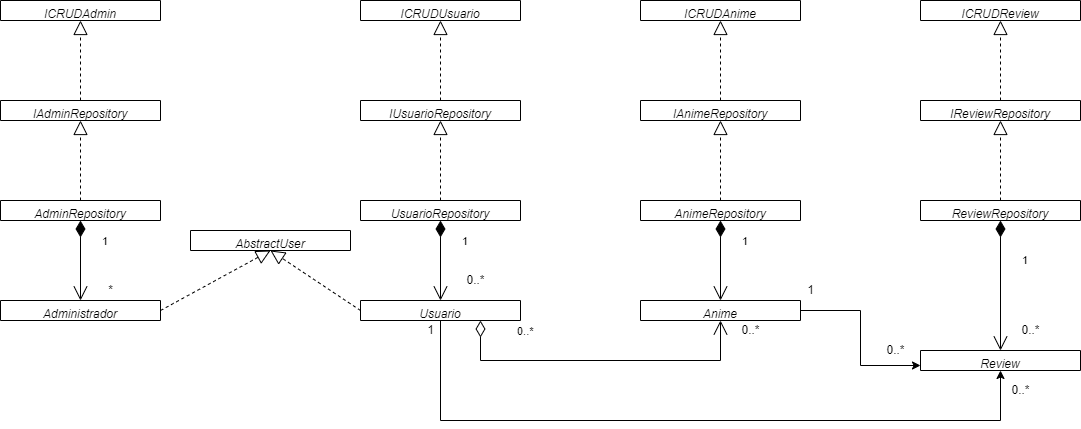
Before: DiagramaClasesProyecto.png, a diagram exported from draw.io (Rochiio/ProyectoFinal1DAM). Source tidied: cells renumbered, new cells last; positions are measured from the earlier drawing's top-left corner, leaving out a move shared by most shapes.
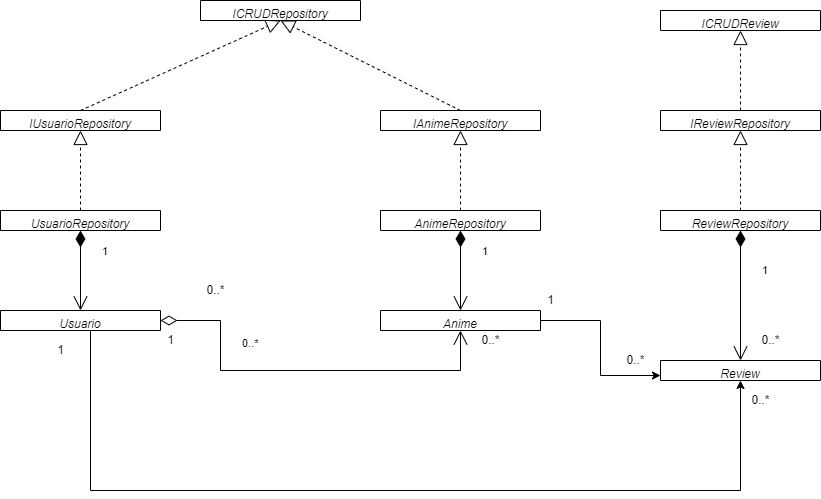
The same file after the commit.

Commit message:
cambio diagrama clases

Change to the diagram source:
```diff
@@ -8,13 +8,14 @@
     <mxCell id="3" style="edgeStyle=orthogonalEdgeStyle;rounded=0;jettySize=auto;html=1;exitX=0.5;exitY=1;exitDx=0;exitDy=0;entryX=0.5;entryY=1;entryDx=0;entryDy=0;" parent="1" edge="1" source="4" target="2">
       <mxGeometry relative="1" as="geometry">
         <Array as="points">
-          <mxPoint x="440" y="420" />
-          <mxPoint x="1000" y="420" />
+          <mxPoint x="350" y="320" />
+          <mxPoint x="350" y="480" />
+          <mxPoint x="1000" y="480" />
         </Array>
       </mxGeometry>
     </mxCell>
     <mxCell id="4" value="Usuario&#10;" style="swimlane;fontStyle=2;align=center;verticalAlign=top;horizontal=1;startSize=26;rounded=0;shadow=0;strokeWidth=1;" parent="1" vertex="1">
-      <mxGeometry x="360" y="300" width="160" height="20" as="geometry" />
+      <mxGeometry x="260" y="300" width="160" height="20" as="geometry" />
     </mxCell>
     <mxCell id="5" style="edgeStyle=orthogonalEdgeStyle;rounded=0;jettySize=auto;html=1;exitX=1;exitY=0.5;exitDx=0;exitDy=0;entryX=0;entryY=0.75;entryDx=0;entryDy=0;" parent="1" edge="1" source="6" target="2">
       <mxGeometry relative="1" as="geometry" />
@@ -29,7 +30,7 @@
       <mxGeometry x="640" y="200" width="160" height="20" as="geometry" />
     </mxCell>
     <mxCell id="9" value="UsuarioRepository" style="swimlane;fontStyle=2;align=center;verticalAlign=top;horizontal=1;startSize=26;rounded=0;shadow=0;strokeWidth=1;" parent="1" vertex="1">
-      <mxGeometry x="360" y="200" width="160" height="20" as="geometry" />
+      <mxGeometry x="260" y="200" width="160" height="20" as="geometry" />
     </mxCell>
     <mxCell id="10" value="IAnimeRepository&#10;" style="swimlane;fontStyle=2;align=center;verticalAlign=top;horizontal=1;startSize=26;rounded=0;shadow=0;strokeWidth=1;" parent="1" vertex="1">
       <mxGeometry x="640" y="100" width="160" height="20" as="geometry" />
@@ -38,21 +39,18 @@
       <mxGeometry x="920" y="100" width="160" height="20" as="geometry" />
     </mxCell>
     <mxCell id="12" value="IUsuarioRepository" style="swimlane;fontStyle=2;align=center;verticalAlign=top;horizontal=1;startSize=26;rounded=0;shadow=0;strokeWidth=1;" parent="1" vertex="1">
-      <mxGeometry x="360" y="100" width="160" height="20" as="geometry" />
+      <mxGeometry x="260" y="100" width="160" height="20" as="geometry" />
     </mxCell>
-    <mxCell id="13" value="ICRUDAnime" style="swimlane;fontStyle=2;align=center;verticalAlign=top;horizontal=1;startSize=26;rounded=0;shadow=0;strokeWidth=1;" parent="1" vertex="1">
-      <mxGeometry x="640" width="160" height="20" as="geometry" />
-    </mxCell>
     <mxCell id="14" value="ICRUDReview" style="swimlane;fontStyle=2;align=center;verticalAlign=top;horizontal=1;startSize=26;rounded=0;shadow=0;strokeWidth=1;" parent="1" vertex="1">
       <mxGeometry x="920" width="160" height="20" as="geometry" />
     </mxCell>
-    <mxCell id="15" value="ICRUDUsuario" style="swimlane;fontStyle=2;align=center;verticalAlign=top;horizontal=1;startSize=26;rounded=0;shadow=0;strokeWidth=1;" parent="1" vertex="1">
-      <mxGeometry x="360" width="160" height="20" as="geometry" />
+    <mxCell id="15" value="ICRUDRepository" style="swimlane;fontStyle=2;align=center;verticalAlign=top;horizontal=1;startSize=26;rounded=0;shadow=0;strokeWidth=1;" parent="1" vertex="1">
+      <mxGeometry x="460" y="-10" width="160" height="20" as="geometry" />
     </mxCell>
     <mxCell id="16" style="endArrow=block;dashed=1;endFill=0;endSize=12;html=1;rounded=0;entryX=0.5;entryY=1;entryDx=0;entryDy=0;exitX=0.5;exitY=0;exitDx=0;exitDy=0;" parent="1" edge="1" source="11" target="14">
       <mxGeometry relative="1" as="geometry" />
     </mxCell>
-    <mxCell id="17" style="endArrow=block;dashed=1;endFill=0;endSize=12;html=1;rounded=0;entryX=0.5;entryY=1;entryDx=0;entryDy=0;exitX=0.5;exitY=0;exitDx=0;exitDy=0;" parent="1" edge="1" source="10" target="13">
+    <mxCell id="17" style="endArrow=block;dashed=1;endFill=0;endSize=12;html=1;rounded=0;entryX=0.5;entryY=1;entryDx=0;entryDy=0;exitX=0.5;exitY=0;exitDx=0;exitDy=0;" parent="1" edge="1" source="10" target="15">
       <mxGeometry relative="1" as="geometry" />
     </mxCell>
     <mxCell id="18" style="endArrow=block;dashed=1;endFill=0;endSize=12;html=1;rounded=0;entryX=0.5;entryY=1;entryDx=0;entryDy=0;exitX=0.5;exitY=0;exitDx=0;exitDy=0;" parent="1" edge="1" source="12" target="15">
@@ -76,9 +74,10 @@
     <mxCell id="24" value="1" style="endArrow=open;html=1;endSize=12;startArrow=diamondThin;startSize=14;startFill=1;edgeStyle=orthogonalEdgeStyle;align=left;verticalAlign=bottom;rounded=0;exitX=0.5;exitY=1;exitDx=0;exitDy=0;entryX=0.5;entryY=0;entryDx=0;entryDy=0;" parent="1" edge="1" source="8" target="6">
       <mxGeometry x="-0.25" y="20" relative="1" as="geometry" />
     </mxCell>
-    <mxCell id="25" value="0..*" style="endArrow=open;html=1;endSize=12;startArrow=diamondThin;startSize=14;startFill=0;edgeStyle=orthogonalEdgeStyle;align=left;verticalAlign=bottom;rounded=0;entryX=0.5;entryY=1;entryDx=0;entryDy=0;exitX=0.75;exitY=1;exitDx=0;exitDy=0;" parent="1" edge="1" source="4" target="6">
+    <mxCell id="25" value="0..*" style="endArrow=open;html=1;endSize=12;startArrow=diamondThin;startSize=14;startFill=0;edgeStyle=orthogonalEdgeStyle;align=left;verticalAlign=bottom;rounded=0;entryX=0.5;entryY=1;entryDx=0;entryDy=0;exitX=1;exitY=0.5;exitDx=0;exitDy=0;" parent="1" edge="1" source="4" target="6">
       <mxGeometry x="-0.53" y="20" relative="1" as="geometry">
         <Array as="points">
+          <mxPoint x="480" y="310" />
           <mxPoint x="480" y="360" />
           <mxPoint x="720" y="360" />
         </Array>
@@ -96,33 +95,6 @@
     <mxCell id="29" value="1" style="text;html=1;align=center;verticalAlign=middle;strokeColor=none;fillColor=none;" parent="1" vertex="1">
       <mxGeometry x="800" y="280" width="20" height="20" as="geometry" />
     </mxCell>
-    <mxCell id="30" value="Administrador&#10;" style="swimlane;fontStyle=2;align=center;verticalAlign=top;horizontal=1;startSize=26;rounded=0;shadow=0;strokeWidth=1;" parent="1" vertex="1">
-      <mxGeometry y="300" width="160" height="20" as="geometry" />
-    </mxCell>
-    <mxCell id="31" value="AbstractUser&#10;" style="swimlane;fontStyle=2;align=center;verticalAlign=top;horizontal=1;startSize=26;rounded=0;shadow=0;strokeWidth=1;" parent="1" vertex="1">
-      <mxGeometry x="190" y="230" width="160" height="20" as="geometry" />
-    </mxCell>
-    <mxCell id="32" value="AdminRepository" style="swimlane;fontStyle=2;align=center;verticalAlign=top;horizontal=1;startSize=26;rounded=0;shadow=0;strokeWidth=1;" parent="1" vertex="1">
-      <mxGeometry y="200" width="160" height="20" as="geometry" />
-    </mxCell>
-    <mxCell id="33" value="IAdminRepository" style="swimlane;fontStyle=2;align=center;verticalAlign=top;horizontal=1;startSize=26;rounded=0;shadow=0;strokeWidth=1;" parent="1" vertex="1">
-      <mxGeometry y="100" width="160" height="20" as="geometry" />
-    </mxCell>
-    <mxCell id="34" value="ICRUDAdmin" style="swimlane;fontStyle=2;align=center;verticalAlign=top;horizontal=1;startSize=26;rounded=0;shadow=0;strokeWidth=1;" parent="1" vertex="1">
-      <mxGeometry width="160" height="20" as="geometry" />
-    </mxCell>
-    <mxCell id="35" style="endArrow=block;dashed=1;endFill=0;endSize=12;html=1;rounded=0;entryX=0.5;entryY=1;entryDx=0;entryDy=0;exitX=0.5;exitY=0;exitDx=0;exitDy=0;" parent="1" edge="1" source="33" target="34">
-      <mxGeometry relative="1" as="geometry" />
-    </mxCell>
-    <mxCell id="36" style="endArrow=block;dashed=1;endFill=0;endSize=12;html=1;rounded=0;exitX=0.5;exitY=0;exitDx=0;exitDy=0;entryX=0.5;entryY=1;entryDx=0;entryDy=0;" parent="1" edge="1" source="32" target="33">
-      <mxGeometry relative="1" as="geometry" />
-    </mxCell>
-    <mxCell id="37" value="1" style="endArrow=open;html=1;endSize=12;startArrow=diamondThin;startSize=14;startFill=1;edgeStyle=orthogonalEdgeStyle;align=left;verticalAlign=bottom;rounded=0;exitX=0.5;exitY=1;exitDx=0;exitDy=0;entryX=0.5;entryY=0;entryDx=0;entryDy=0;" parent="1" edge="1" source="32" target="30">
-      <mxGeometry x="-0.25" y="20" relative="1" as="geometry" />
-    </mxCell>
-    <mxCell id="38" value="*" style="text;html=1;align=center;verticalAlign=middle;strokeColor=none;fillColor=none;" parent="1" vertex="1">
-      <mxGeometry x="100" y="280" width="20" height="20" as="geometry" />
-    </mxCell>
     <mxCell id="39" value="0..*" style="text;html=1;align=center;verticalAlign=middle;strokeColor=none;fillColor=none;" parent="1" vertex="1">
       <mxGeometry x="1015" y="320" width="30" height="20" as="geometry" />
     </mxCell>
@@ -132,11 +104,8 @@
     <mxCell id="41" value="0..*" style="text;html=1;align=center;verticalAlign=middle;strokeColor=none;fillColor=none;" parent="1" vertex="1">
       <mxGeometry x="460" y="270" width="30" height="20" as="geometry" />
     </mxCell>
-    <mxCell id="42" style="endArrow=block;dashed=1;endFill=0;endSize=12;html=1;rounded=0;entryX=0.5;entryY=1;entryDx=0;entryDy=0;exitX=0;exitY=0.5;exitDx=0;exitDy=0;" parent="1" edge="1" source="4" target="31">
-      <mxGeometry relative="1" as="geometry" />
-    </mxCell>
-    <mxCell id="43" style="endArrow=block;dashed=1;endFill=0;endSize=12;html=1;rounded=0;entryX=0.5;entryY=1;entryDx=0;entryDy=0;exitX=1;exitY=0.5;exitDx=0;exitDy=0;" parent="1" edge="1" source="30" target="31">
-      <mxGeometry relative="1" as="geometry" />
-    </mxCell>
+    <mxCell id="37" value="1" style="text;html=1;align=center;verticalAlign=middle;strokeColor=none;fillColor=none;" parent="1" vertex="1">
+      <mxGeometry x="310" y="330" width="20" height="20" as="geometry" />
+    </mxCell>
   </root>
 </mxGraphModel>
```
